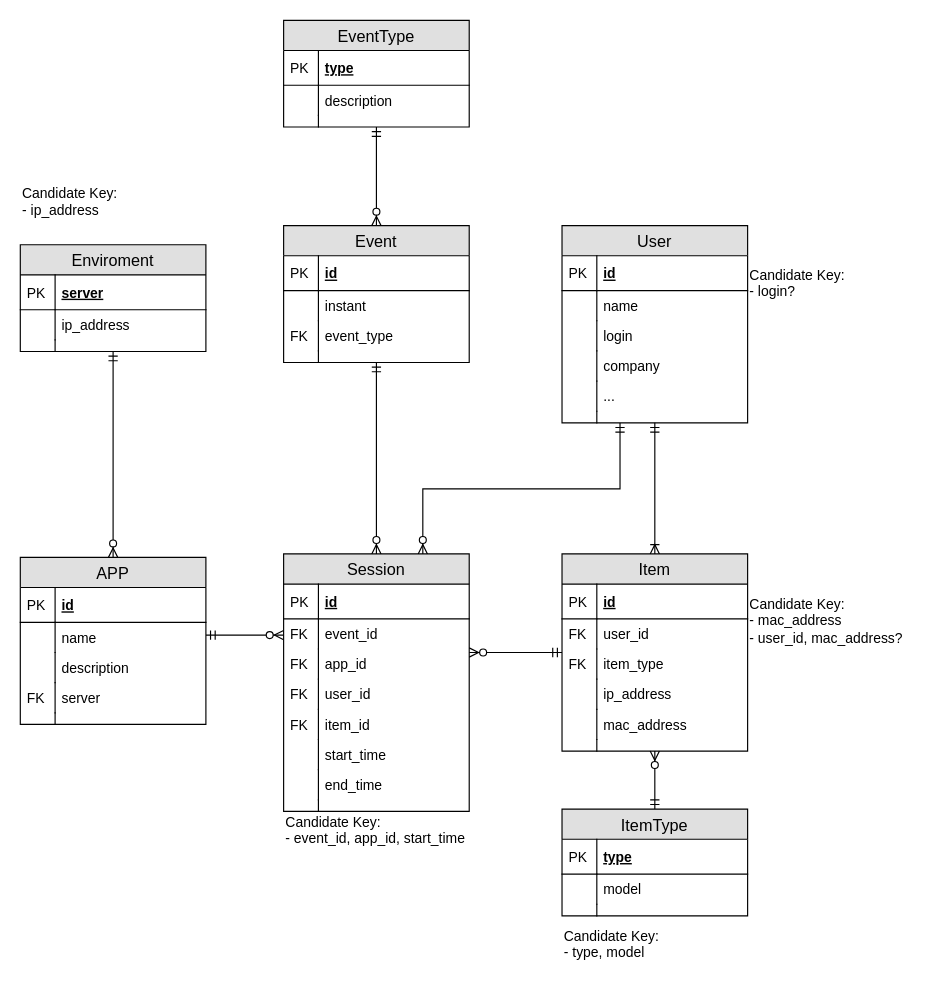
Earlier version of the draw.io diagram page "ER Extended" (2 of 2) of documentation/models/db_model.drawio (apm1005/TFG). Source tidied: cells renumbered, new cells numbered last; positions are measured from the earlier drawing's top-left corner, leaving out a move shared by most shapes. Both pictures are drawn from the tidied source at 116%, with x=0, y=0 at pixel (20, 20).
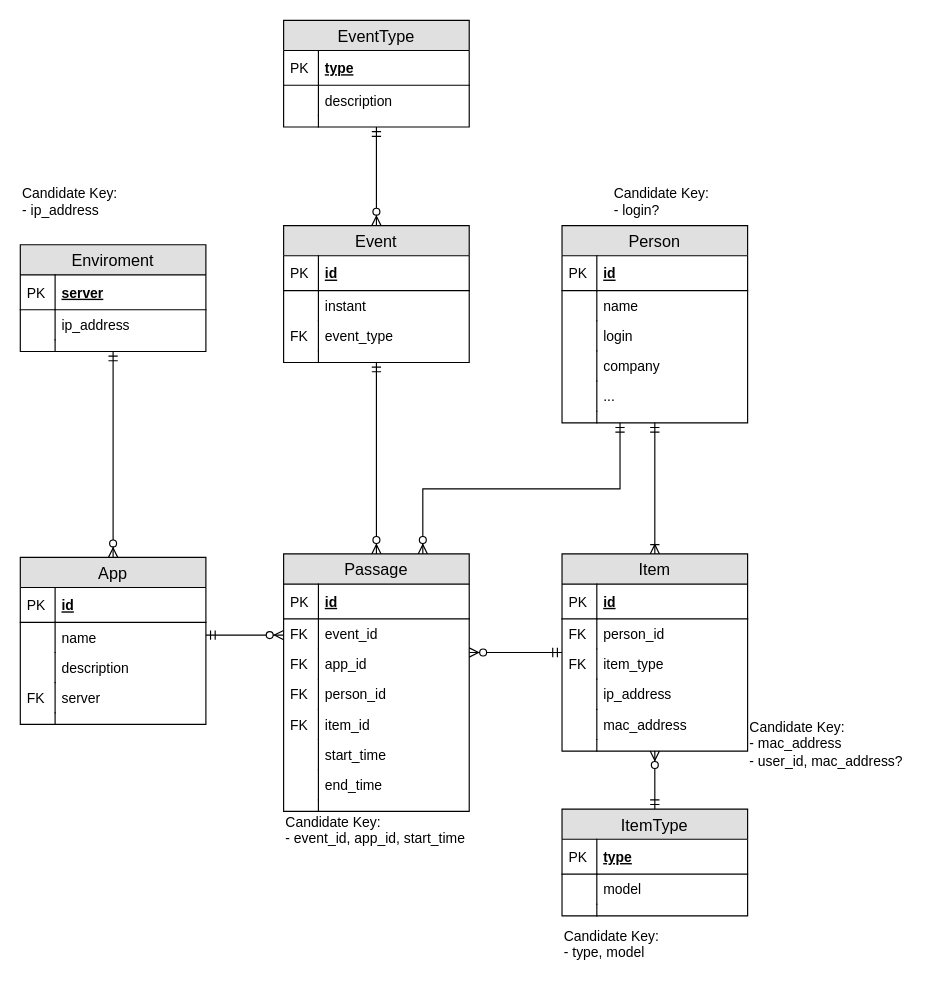
Above is the later version.

The change refers to these unchanged cells:
```xml
<mxCell id="66" value="Item" style="swimlane;fontStyle=0;horizontal=1;startSize=26;fillColor=#e0e0e0;swimlaneFillColor=#ffffff;align=center;fontSize=14;" parent="1" vertex="1">
  <mxGeometry x="467" y="460" width="160" height="170" as="geometry" />
</mxCell>
```

Diff of the diagram source:
```diff
@@
-    <mxCell id="4" value="APP" style="swimlane;fontStyle=0;horizontal=1;startSize=26;fillColor=#e0e0e0;swimlaneFillColor=#ffffff;align=center;fontSize=14;" parent="1" vertex="1">
+    <mxCell id="4" value="App" style="swimlane;fontStyle=0;horizontal=1;startSize=26;fillColor=#e0e0e0;swimlaneFillColor=#ffffff;align=center;fontSize=14;" parent="1" vertex="1">
       <mxGeometry y="463" width="160" height="144" as="geometry" />
     </mxCell>
@@
-    <mxCell id="26" value="Session" style="swimlane;fontStyle=0;horizontal=1;startSize=26;fillColor=#e0e0e0;swimlaneFillColor=#ffffff;align=center;fontSize=14;" parent="1" vertex="1">
+    <mxCell id="26" value="Passage" style="swimlane;fontStyle=0;horizontal=1;startSize=26;fillColor=#e0e0e0;swimlaneFillColor=#ffffff;align=center;fontSize=14;" parent="1" vertex="1">
       <mxGeometry x="227" y="460" width="160" height="222" as="geometry" />
     </mxCell>
@@
-    <mxCell id="33" value="user_id" style="shape=partialRectangle;top=0;left=0;right=0;bottom=0;align=left;verticalAlign=top;fillColor=none;spacingLeft=34;spacingRight=4;overflow=hidden;fontSize=12;" parent="26" vertex="1">
+    <mxCell id="33" value="person_id" style="shape=partialRectangle;top=0;left=0;right=0;bottom=0;align=left;verticalAlign=top;fillColor=none;spacingLeft=34;spacingRight=4;overflow=hidden;fontSize=12;" parent="26" vertex="1">
       <mxGeometry y="108" width="160" height="26" as="geometry" />
     </mxCell>
@@
-    <mxCell id="51" value="User" style="swimlane;fontStyle=0;horizontal=1;startSize=26;fillColor=#e0e0e0;swimlaneFillColor=#ffffff;align=center;fontSize=14;" parent="1" vertex="1">
+    <mxCell id="51" value="Person" style="swimlane;fontStyle=0;horizontal=1;startSize=26;fillColor=#e0e0e0;swimlaneFillColor=#ffffff;align=center;fontSize=14;" parent="1" vertex="1">
       <mxGeometry x="467" y="177" width="160" height="170" as="geometry" />
     </mxCell>
@@
-    <mxCell id="69" value="user_id" style="shape=partialRectangle;top=0;left=0;right=0;bottom=0;align=left;verticalAlign=top;fillColor=none;spacingLeft=34;spacingRight=4;overflow=hidden;fontSize=12;" parent="66" vertex="1">
+    <mxCell id="69" value="person_id" style="shape=partialRectangle;top=0;left=0;right=0;bottom=0;align=left;verticalAlign=top;fillColor=none;spacingLeft=34;spacingRight=4;overflow=hidden;fontSize=12;" parent="66" vertex="1">
       <mxGeometry y="56" width="160" height="26" as="geometry" />
     </mxCell>
@@
     <mxCell id="96" value="Candidate Key:&lt;br&gt;- mac_address&lt;br&gt;- user_id, mac_address?" style="text;html=1;align=left;verticalAlign=top;spacingTop=-4;" parent="1" vertex="1">
-      <mxGeometry x="627" y="494" width="150" height="40" as="geometry" />
+      <mxGeometry x="627" y="600" width="150" height="40" as="geometry" />
     </mxCell>
     <mxCell id="97" value="Candidate Key:&lt;br&gt;- login?" style="text;html=1;align=left;verticalAlign=top;spacingTop=-4;" parent="1" vertex="1">
-      <mxGeometry x="627" y="210" width="100" height="30" as="geometry" />
+      <mxGeometry x="510" y="140" width="100" height="30" as="geometry" />
     </mxCell>
```
